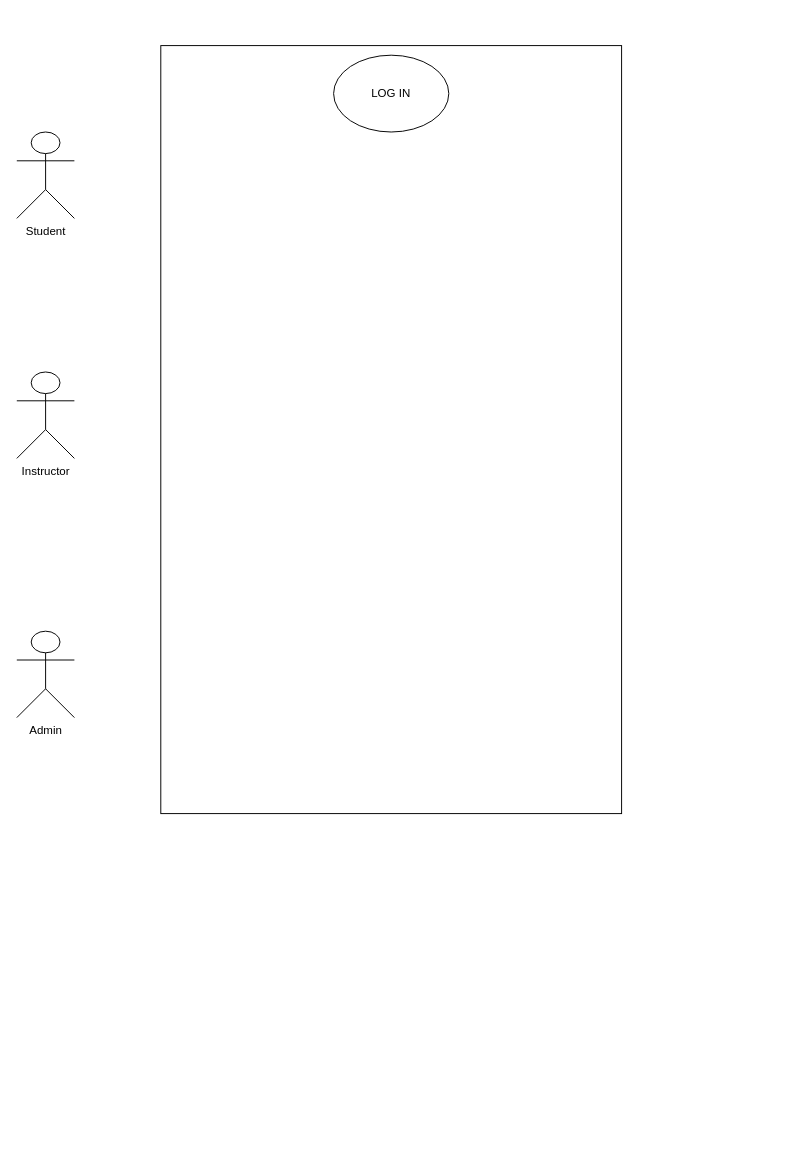
Before: E-learning(Use Case Diagram).drawio in anonymous813ke18/Draw.io-projects, a draw.io diagram. Source tidied: cells renumbered, new cells numbered last; positions are measured from the earlier drawing's top-left corner, leaving out a move shared by most shapes. Both pictures are drawn from the tidied source at 96%, with x=0, y=0 at pixel (16, 45).
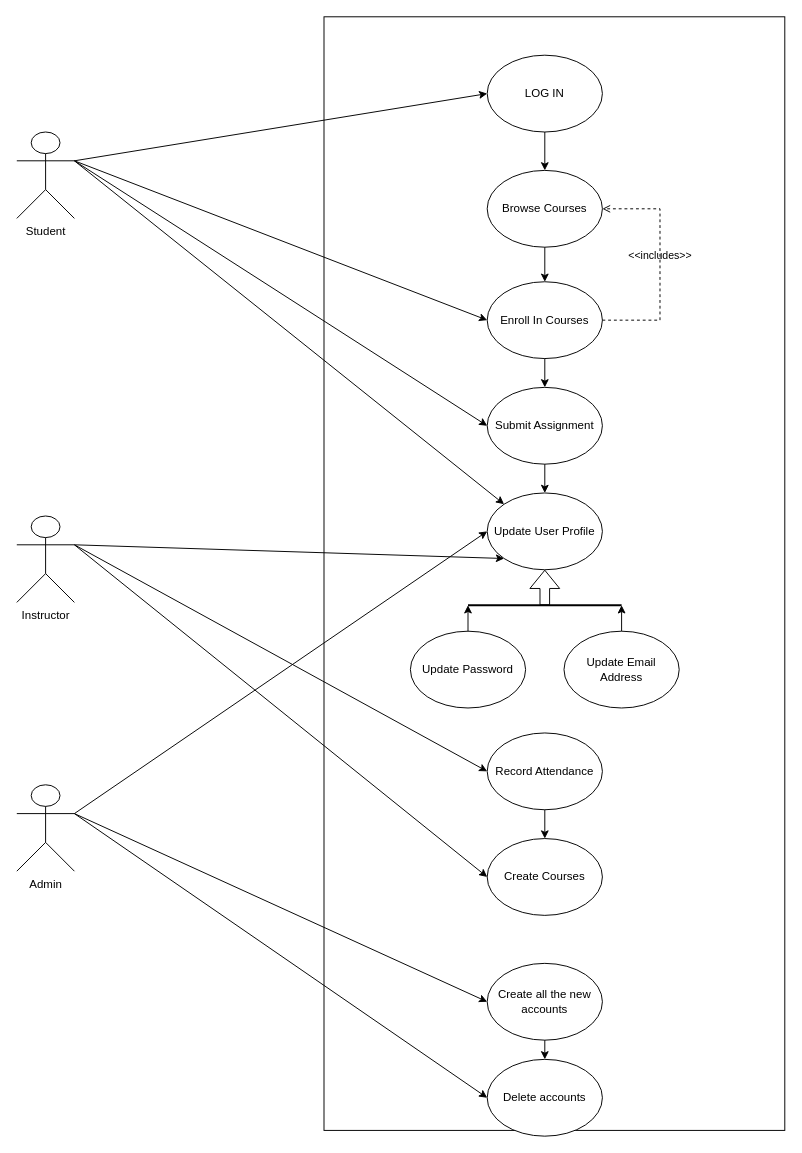
Above is the later version.

The change refers to these unchanged cells:
```xml
<mxCell id="3" value="Student" style="shape=umlActor;verticalLabelPosition=bottom;verticalAlign=top;html=1;outlineConnect=0;" parent="1" vertex="1">
  <mxGeometry y="90" width="60" height="90" as="geometry" />
</mxCell>
```

Diff of the diagram source:
```diff
@@
     <mxCell id="2" style="rounded=0;whiteSpace=wrap;html=1;" parent="1" vertex="1">
-      <mxGeometry x="150" width="480" height="800" as="geometry" />
+      <mxGeometry x="320" y="-30" width="480" height="1160" as="geometry" />
     </mxCell>
@@
     <mxCell id="4" value="Instructor" style="shape=umlActor;verticalLabelPosition=bottom;verticalAlign=top;html=1;outlineConnect=0;" parent="1" vertex="1">
-      <mxGeometry y="340" width="60" height="90" as="geometry" />
+      <mxGeometry y="490" width="60" height="90" as="geometry" />
     </mxCell>
     <mxCell id="5" value="Admin" style="shape=umlActor;verticalLabelPosition=bottom;verticalAlign=top;html=1;outlineConnect=0;" parent="1" vertex="1">
-      <mxGeometry y="610" width="60" height="90" as="geometry" />
+      <mxGeometry y="770" width="60" height="90" as="geometry" />
     </mxCell>
     <mxCell id="6" value="LOG IN" style="ellipse;whiteSpace=wrap;html=1;" parent="1" vertex="1">
-      <mxGeometry x="330" y="10" width="120" height="80" as="geometry" />
+      <mxGeometry x="490" y="10" width="120" height="80" as="geometry" />
     </mxCell>
+    <mxCell id="7" value="Enroll In Courses" style="ellipse;whiteSpace=wrap;html=1;" parent="1" vertex="1">
+      <mxGeometry x="490" y="246" width="120" height="80" as="geometry" />
+    </mxCell>
+    <mxCell id="8" value="Submit Assignment" style="ellipse;whiteSpace=wrap;html=1;" parent="1" vertex="1">
+      <mxGeometry x="490" y="356" width="120" height="80" as="geometry" />
+    </mxCell>
+    <mxCell id="9" value="Update User Profile" style="ellipse;whiteSpace=wrap;html=1;" parent="1" vertex="1">
+      <mxGeometry x="490" y="466" width="120" height="80" as="geometry" />
+    </mxCell>
+    <mxCell id="10" value="Update Password" style="ellipse;whiteSpace=wrap;html=1;" parent="1" vertex="1">
+      <mxGeometry x="410" y="610" width="120" height="80" as="geometry" />
+    </mxCell>
+    <mxCell id="11" value="Update Email Address" style="ellipse;whiteSpace=wrap;html=1;" parent="1" vertex="1">
+      <mxGeometry x="570" y="610" width="120" height="80" as="geometry" />
+    </mxCell>
+    <mxCell id="12" value="Record Attendance" style="ellipse;whiteSpace=wrap;html=1;" parent="1" vertex="1">
+      <mxGeometry x="490" y="716" width="120" height="80" as="geometry" />
+    </mxCell>
+    <mxCell id="13" value="Create Courses" style="ellipse;whiteSpace=wrap;html=1;" parent="1" vertex="1">
+      <mxGeometry x="490" y="826" width="120" height="80" as="geometry" />
+    </mxCell>
+    <mxCell id="14" value="Create all the new accounts" style="ellipse;whiteSpace=wrap;html=1;" parent="1" vertex="1">
+      <mxGeometry x="490" y="956" width="120" height="80" as="geometry" />
+    </mxCell>
+    <mxCell id="15" value="Delete accounts" style="ellipse;whiteSpace=wrap;html=1;" parent="1" vertex="1">
+      <mxGeometry x="490" y="1056" width="120" height="80" as="geometry" />
+    </mxCell>
+    <mxCell id="16" style="endArrow=classic;html=1;rounded=0;exitX=1;exitY=0.3333333333333333;exitDx=0;exitDy=0;exitPerimeter=0;entryX=0;entryY=0.5;entryDx=0;entryDy=0;" parent="1" edge="1" source="5" target="14">
+      <mxGeometry relative="1" as="geometry" />
+    </mxCell>
+    <mxCell id="17" style="endArrow=classic;html=1;rounded=0;exitX=1;exitY=0.3333333333333333;exitDx=0;exitDy=0;exitPerimeter=0;entryX=0;entryY=0.5;entryDx=0;entryDy=0;" parent="1" edge="1" source="5" target="15">
+      <mxGeometry relative="1" as="geometry" />
+    </mxCell>
+    <mxCell id="18" style="endArrow=classic;html=1;rounded=0;entryX=0;entryY=0.5;entryDx=0;entryDy=0;" parent="1" edge="1" target="9">
+      <mxGeometry relative="1" as="geometry">
+        <mxPoint x="60" y="800" as="sourcePoint" />
+      </mxGeometry>
+    </mxCell>
+    <mxCell id="19" style="endArrow=classic;html=1;rounded=0;exitX=1;exitY=0.3333333333333333;exitDx=0;exitDy=0;exitPerimeter=0;entryX=0;entryY=0.5;entryDx=0;entryDy=0;" parent="1" edge="1" source="3" target="6">
+      <mxGeometry relative="1" as="geometry" />
+    </mxCell>
+    <mxCell id="20" style="endArrow=classic;html=1;rounded=0;entryX=0;entryY=0.5;entryDx=0;entryDy=0;exitX=1;exitY=0.3333333333333333;exitDx=0;exitDy=0;exitPerimeter=0;" parent="1" edge="1" source="3" target="7">
+      <mxGeometry relative="1" as="geometry" />
+    </mxCell>
+    <mxCell id="21" style="endArrow=classic;html=1;rounded=0;entryX=0;entryY=0.5;entryDx=0;entryDy=0;" parent="1" edge="1" target="8">
+      <mxGeometry relative="1" as="geometry">
+        <mxPoint x="60" y="120" as="sourcePoint" />
+      </mxGeometry>
+    </mxCell>
+    <mxCell id="22" style="endArrow=classic;html=1;rounded=0;entryX=0;entryY=0;entryDx=0;entryDy=0;" parent="1" edge="1" target="9">
+      <mxGeometry relative="1" as="geometry">
+        <mxPoint x="60" y="120" as="sourcePoint" />
+      </mxGeometry>
+    </mxCell>
+    <mxCell id="23" style="endArrow=classic;html=1;rounded=0;exitX=1;exitY=0.3333333333333333;exitDx=0;exitDy=0;exitPerimeter=0;entryX=0;entryY=1;entryDx=0;entryDy=0;" parent="1" edge="1" source="4" target="9">
+      <mxGeometry relative="1" as="geometry" />
+    </mxCell>
+    <mxCell id="24" style="endArrow=classic;html=1;rounded=0;entryX=0;entryY=0.5;entryDx=0;entryDy=0;" parent="1" edge="1" target="12">
+      <mxGeometry relative="1" as="geometry">
+        <mxPoint x="60" y="520" as="sourcePoint" />
+      </mxGeometry>
+    </mxCell>
+    <mxCell id="25" style="endArrow=classic;html=1;rounded=0;entryX=0;entryY=0.5;entryDx=0;entryDy=0;exitX=1;exitY=0.3333333333333333;exitDx=0;exitDy=0;exitPerimeter=0;" parent="1" edge="1" source="4" target="13">
+      <mxGeometry relative="1" as="geometry" />
+    </mxCell>
+    <mxCell id="26" value="Browse Courses" style="ellipse;whiteSpace=wrap;html=1;" parent="1" vertex="1">
+      <mxGeometry x="490" y="130" width="120" height="80" as="geometry" />
+    </mxCell>
+    <mxCell id="27" style="line;strokeWidth=2;html=1;" parent="1" vertex="1">
+      <mxGeometry x="470" y="578" width="160" height="10" as="geometry" />
+    </mxCell>
+    <mxCell id="28" style="shape=flexArrow;endArrow=classic;html=1;rounded=0;entryX=0.5;entryY=1;entryDx=0;entryDy=0;" parent="1" edge="1" target="9">
+      <mxGeometry relative="1" as="geometry">
+        <mxPoint x="550" y="583" as="sourcePoint" />
+      </mxGeometry>
+    </mxCell>
+    <mxCell id="29" style="endArrow=classic;html=1;rounded=0;entryX=1;entryY=0.5;entryDx=0;entryDy=0;entryPerimeter=0;exitX=0.5;exitY=0;exitDx=0;exitDy=0;" parent="1" edge="1" source="11" target="27">
+      <mxGeometry relative="1" as="geometry" />
+    </mxCell>
+    <mxCell id="30" style="endArrow=classic;html=1;rounded=0;exitX=0.5;exitY=0;exitDx=0;exitDy=0;entryX=0;entryY=0.5;entryDx=0;entryDy=0;entryPerimeter=0;" parent="1" edge="1" source="10" target="27">
+      <mxGeometry relative="1" as="geometry" />
+    </mxCell>
+    <mxCell id="31" value="&amp;lt;&amp;lt;includes&amp;gt;&amp;gt;" style="html=1;verticalAlign=bottom;labelBackgroundColor=none;endArrow=open;endFill=0;dashed=1;rounded=0;exitX=1;exitY=0.5;exitDx=0;exitDy=0;entryX=1;entryY=0.5;entryDx=0;entryDy=0;" parent="1" edge="1" source="7" target="26">
+      <mxGeometry relative="1" as="geometry">
+        <Array as="points">
+          <mxPoint x="670" y="286" />
+          <mxPoint x="670" y="170" />
+        </Array>
+      </mxGeometry>
+    </mxCell>
+    <mxCell id="32" style="endArrow=classic;html=1;rounded=0;entryX=0.5;entryY=0;entryDx=0;entryDy=0;exitX=0.5;exitY=1;exitDx=0;exitDy=0;" parent="1" edge="1" source="6" target="26">
+      <mxGeometry relative="1" as="geometry" />
+    </mxCell>
+    <mxCell id="33" style="endArrow=classic;html=1;rounded=0;entryX=0.5;entryY=0;entryDx=0;entryDy=0;" parent="1" edge="1" target="7">
+      <mxGeometry relative="1" as="geometry">
+        <mxPoint x="550" y="210" as="sourcePoint" />
+      </mxGeometry>
+    </mxCell>
+    <mxCell id="34" style="endArrow=classic;html=1;rounded=0;exitX=0.5;exitY=1;exitDx=0;exitDy=0;entryX=0.5;entryY=0;entryDx=0;entryDy=0;" parent="1" edge="1" source="7" target="8">
+      <mxGeometry relative="1" as="geometry" />
+    </mxCell>
+    <mxCell id="35" style="endArrow=classic;html=1;rounded=0;exitX=0.5;exitY=1;exitDx=0;exitDy=0;entryX=0.5;entryY=0;entryDx=0;entryDy=0;" parent="1" edge="1" source="8" target="9">
+      <mxGeometry relative="1" as="geometry" />
+    </mxCell>
+    <mxCell id="36" style="endArrow=classic;html=1;rounded=0;exitX=0.5;exitY=1;exitDx=0;exitDy=0;entryX=0.5;entryY=0;entryDx=0;entryDy=0;" parent="1" edge="1" source="12" target="13">
+      <mxGeometry relative="1" as="geometry" />
+    </mxCell>
+    <mxCell id="37" style="endArrow=classic;html=1;rounded=0;exitX=0.5;exitY=1;exitDx=0;exitDy=0;entryX=0.5;entryY=0;entryDx=0;entryDy=0;" parent="1" edge="1" source="14" target="15">
+      <mxGeometry relative="1" as="geometry" />
+    </mxCell>
```
